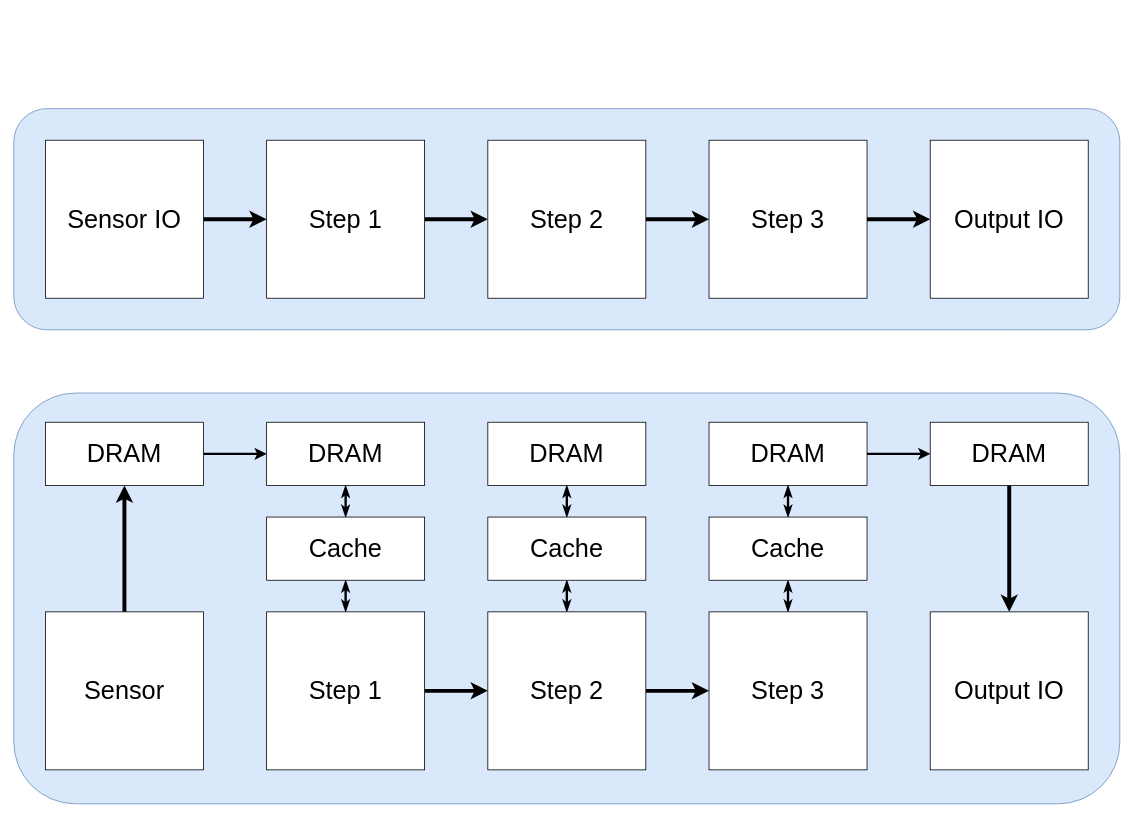
snider-lab-msu/figures keeps this draw.io diagram as latencyPipelines.drawio. Above is the earlier version. Source tidied: cells renumbered, new cells numbered last; positions are measured from the earlier drawing's top-left corner, leaving out a move shared by most shapes. Both pictures are drawn from the tidied source at 79%, with x=0, y=0 at pixel (13, 108).
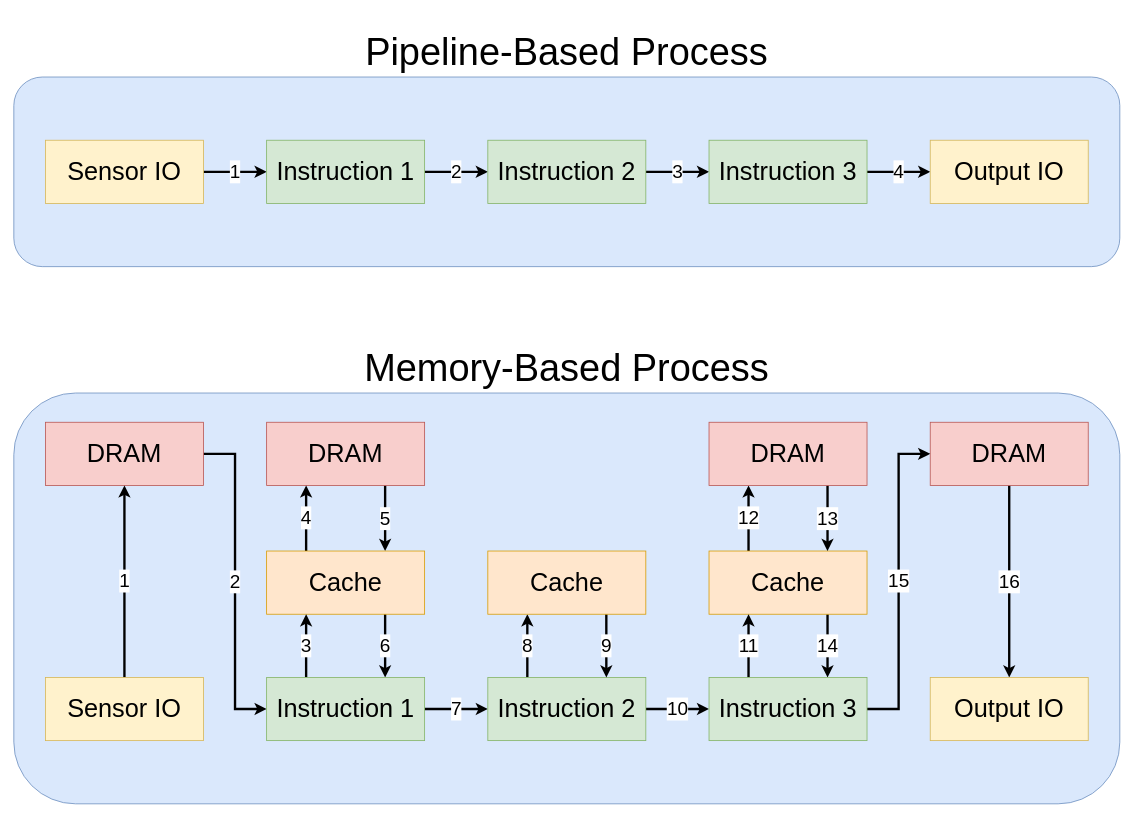
The same diagram, later.

Commit message:
added colors and longer paths

The edit, as a diff of the source:
```diff
@@
     <mxCell id="3" style="rounded=1;whiteSpace=wrap;html=1;roundedPerimeter=1;fillColor=#dae8fc;strokeColor=#6c8ebf;" parent="1" vertex="1">
-      <mxGeometry width="1400" height="280" as="geometry" />
+      <mxGeometry y="-40" width="1400" height="240" as="geometry" />
     </mxCell>
-    <mxCell id="4" style="edgeStyle=orthogonalEdgeStyle;rounded=0;jettySize=auto;html=1;exitX=1;exitY=0.5;exitDx=0;exitDy=0;entryX=0;entryY=0.5;entryDx=0;entryDy=0;defaultLabelBackgroundColor=page;labelPadding=0 4;strokeWidth=5;" parent="1" edge="1" source="5" target="7">
-      <mxGeometry relative="1" as="geometry" />
-    </mxCell>
-    <mxCell id="5" value="Step 1" style="rounded=0;whiteSpace=wrap;html=1;fontSize=32;" parent="1" vertex="1">
-      <mxGeometry x="320" y="40" width="200" height="200" as="geometry" />
-    </mxCell>
-    <mxCell id="6" style="edgeStyle=orthogonalEdgeStyle;rounded=0;jettySize=auto;html=1;exitX=1;exitY=0.5;exitDx=0;exitDy=0;entryX=0;entryY=0.5;entryDx=0;entryDy=0;defaultLabelBackgroundColor=page;labelPadding=0 4;strokeWidth=5;" parent="1" edge="1" source="7" target="9">
-      <mxGeometry relative="1" as="geometry" />
-    </mxCell>
-    <mxCell id="7" value="Step 2" style="rounded=0;whiteSpace=wrap;html=1;fontSize=32;" parent="1" vertex="1">
-      <mxGeometry x="600" y="40" width="200" height="200" as="geometry" />
-    </mxCell>
-    <mxCell id="8" style="edgeStyle=orthogonalEdgeStyle;rounded=0;jettySize=auto;html=1;exitX=1;exitY=0.5;exitDx=0;exitDy=0;entryX=0;entryY=0.5;entryDx=0;entryDy=0;defaultLabelBackgroundColor=page;labelPadding=0 4;strokeWidth=5;" parent="1" edge="1" source="9" target="10">
-      <mxGeometry relative="1" as="geometry" />
-    </mxCell>
-    <mxCell id="9" value="Step 3" style="rounded=0;whiteSpace=wrap;html=1;fontSize=32;" parent="1" vertex="1">
-      <mxGeometry x="880" y="40" width="200" height="200" as="geometry" />
-    </mxCell>
-    <mxCell id="10" value="Output IO" style="rounded=0;whiteSpace=wrap;html=1;fontSize=32;" parent="1" vertex="1">
-      <mxGeometry x="1160" y="40" width="200" height="200" as="geometry" />
-    </mxCell>
-    <mxCell id="11" style="edgeStyle=orthogonalEdgeStyle;rounded=0;jettySize=auto;html=1;exitX=1;exitY=0.5;exitDx=0;exitDy=0;entryX=0;entryY=0.5;entryDx=0;entryDy=0;defaultLabelBackgroundColor=page;labelPadding=0 4;strokeWidth=5;" parent="1" edge="1" source="12" target="5">
-      <mxGeometry relative="1" as="geometry" />
-    </mxCell>
-    <mxCell id="12" value="Sensor IO" style="rounded=0;whiteSpace=wrap;html=1;fontSize=32;" parent="1" vertex="1">
-      <mxGeometry x="40" y="40" width="200" height="200" as="geometry" />
-    </mxCell>
-    <mxCell id="13" style="edgeStyle=orthogonalEdgeStyle;rounded=0;jettySize=auto;html=1;exitX=0.5;exitY=0;exitDx=0;exitDy=0;entryX=0.5;entryY=1;entryDx=0;entryDy=0;defaultLabelBackgroundColor=page;labelPadding=0 4;strokeWidth=3;endArrow=classicThin;endFill=1;startArrow=classicThin;startFill=1;" parent="1" edge="1" source="15" target="22">
-      <mxGeometry relative="1" as="geometry" />
-    </mxCell>
-    <mxCell id="14" style="edgeStyle=orthogonalEdgeStyle;rounded=0;jettySize=auto;html=1;exitX=1;exitY=0.5;exitDx=0;exitDy=0;entryX=0;entryY=0.5;entryDx=0;entryDy=0;defaultLabelBackgroundColor=page;labelPadding=0 4;strokeWidth=5;" parent="1" edge="1" source="15" target="18">
-      <mxGeometry relative="1" as="geometry" />
-    </mxCell>
-    <mxCell id="15" value="Step 1" style="rounded=0;whiteSpace=wrap;html=1;fontSize=32;" parent="1" vertex="1">
-      <mxGeometry x="320" y="637" width="200" height="200" as="geometry" />
-    </mxCell>
-    <mxCell id="16" style="edgeStyle=orthogonalEdgeStyle;rounded=0;jettySize=auto;html=1;exitX=1;exitY=0.5;exitDx=0;exitDy=0;entryX=0;entryY=0.5;entryDx=0;entryDy=0;defaultLabelBackgroundColor=page;labelPadding=0 4;strokeWidth=5;" parent="1" edge="1" source="18" target="27">
-      <mxGeometry relative="1" as="geometry" />
-    </mxCell>
-    <mxCell id="17" style="edgeStyle=orthogonalEdgeStyle;rounded=0;jettySize=auto;html=1;exitX=0.5;exitY=0;exitDx=0;exitDy=0;entryX=0.5;entryY=1;entryDx=0;entryDy=0;defaultLabelBackgroundColor=page;labelPadding=0 4;strokeWidth=3;endArrow=classicThin;endFill=1;startArrow=classicThin;startFill=1;" parent="1" edge="1" source="18" target="25">
-      <mxGeometry relative="1" as="geometry" />
-    </mxCell>
-    <mxCell id="18" value="Step 2" style="rounded=0;whiteSpace=wrap;html=1;fontSize=32;" parent="1" vertex="1">
-      <mxGeometry x="600" y="637" width="200" height="200" as="geometry" />
-    </mxCell>
-    <mxCell id="19" style="edgeStyle=orthogonalEdgeStyle;rounded=0;jettySize=auto;html=1;exitX=0.5;exitY=0;exitDx=0;exitDy=0;entryX=0.5;entryY=1;entryDx=0;entryDy=0;defaultLabelBackgroundColor=page;labelPadding=0 4;strokeWidth=5;" parent="1" edge="1" source="20" target="37">
-      <mxGeometry relative="1" as="geometry" />
-    </mxCell>
-    <mxCell id="20" value="Sensor" style="rounded=0;whiteSpace=wrap;html=1;fontSize=32;" parent="1" vertex="1">
-      <mxGeometry x="40" y="637" width="200" height="200" as="geometry" />
-    </mxCell>
-    <mxCell id="21" style="edgeStyle=orthogonalEdgeStyle;rounded=0;jettySize=auto;html=1;exitX=0.5;exitY=0;exitDx=0;exitDy=0;entryX=0.5;entryY=1;entryDx=0;entryDy=0;defaultLabelBackgroundColor=page;labelPadding=0 4;strokeWidth=3;endArrow=classicThin;endFill=1;startArrow=classicThin;startFill=1;" parent="1" edge="1" source="22" target="23">
-      <mxGeometry relative="1" as="geometry" />
-    </mxCell>
+    <mxCell id="38" value="5" style="edgeStyle=orthogonalEdgeStyle;rounded=0;jettySize=auto;html=1;exitX=0.75;exitY=1;exitDx=0;exitDy=0;entryX=0.75;entryY=0;entryDx=0;entryDy=0;defaultLabelBackgroundColor=page;labelPadding=0 4;strokeWidth=3;fontSize=24;" parent="1" edge="1" source="23" target="25">
+      <mxGeometry relative="1" as="geometry" />
+    </mxCell>
+    <mxCell id="23" value="DRAM" style="rounded=0;whiteSpace=wrap;html=1;fontSize=32;fillColor=#f8cecc;strokeColor=#b85450;" parent="1" vertex="1">
+      <mxGeometry x="320" y="397" width="200" height="80" as="geometry" />
+    </mxCell>
+    <mxCell id="39" value="4" style="edgeStyle=orthogonalEdgeStyle;rounded=0;jettySize=auto;html=1;exitX=0.25;exitY=0;exitDx=0;exitDy=0;entryX=0.25;entryY=1;entryDx=0;entryDy=0;defaultLabelBackgroundColor=page;labelPadding=0 4;strokeWidth=3;fontSize=24;" parent="1" edge="1" source="25" target="23">
+      <mxGeometry relative="1" as="geometry" />
+    </mxCell>
+    <mxCell id="40" value="6" style="edgeStyle=orthogonalEdgeStyle;rounded=0;jettySize=auto;html=1;exitX=0.75;exitY=1;exitDx=0;exitDy=0;entryX=0.75;entryY=0;entryDx=0;entryDy=0;defaultLabelBackgroundColor=page;labelPadding=0 4;strokeWidth=3;fontSize=24;" parent="1" edge="1" source="25" target="49">
+      <mxGeometry relative="1" as="geometry" />
+    </mxCell>
+    <mxCell id="25" value="Cache" style="rounded=0;whiteSpace=wrap;html=1;fontSize=32;fillColor=#ffe6cc;strokeColor=#d79b00;" parent="1" vertex="1">
+      <mxGeometry x="320" y="560" width="200" height="80" as="geometry" />
+    </mxCell>
+    <mxCell id="31" value="12" style="edgeStyle=orthogonalEdgeStyle;rounded=0;jettySize=auto;html=1;exitX=0.25;exitY=0;exitDx=0;exitDy=0;entryX=0.25;entryY=1;entryDx=0;entryDy=0;defaultLabelBackgroundColor=page;labelPadding=0 4;strokeWidth=3;fontSize=24;" parent="1" edge="1" source="32" target="34">
+      <mxGeometry relative="1" as="geometry" />
+    </mxCell>
+    <mxCell id="41" value="14" style="edgeStyle=orthogonalEdgeStyle;rounded=0;jettySize=auto;html=1;exitX=0.75;exitY=1;exitDx=0;exitDy=0;entryX=0.75;entryY=0;entryDx=0;entryDy=0;defaultLabelBackgroundColor=page;labelPadding=0 4;strokeWidth=3;fontSize=24;" parent="1" edge="1" source="32" target="55">
+      <mxGeometry relative="1" as="geometry" />
+    </mxCell>
+    <mxCell id="32" value="Cache" style="rounded=0;whiteSpace=wrap;html=1;fontSize=32;fillColor=#ffe6cc;strokeColor=#d79b00;" parent="1" vertex="1">
+      <mxGeometry x="880" y="560" width="200" height="80" as="geometry" />
+    </mxCell>
+    <mxCell id="42" value="13" style="edgeStyle=orthogonalEdgeStyle;rounded=0;jettySize=auto;html=1;exitX=0.75;exitY=1;exitDx=0;exitDy=0;entryX=0.75;entryY=0;entryDx=0;entryDy=0;defaultLabelBackgroundColor=page;labelPadding=0 4;strokeWidth=3;fontSize=24;" parent="1" edge="1" source="34" target="32">
+      <mxGeometry relative="1" as="geometry" />
+    </mxCell>
+    <mxCell id="34" value="DRAM" style="rounded=0;whiteSpace=wrap;html=1;fontSize=32;fillColor=#f8cecc;strokeColor=#b85450;" parent="1" vertex="1">
+      <mxGeometry x="880" y="397" width="200" height="80" as="geometry" />
+    </mxCell>
+    <mxCell id="43" value="16" style="edgeStyle=orthogonalEdgeStyle;rounded=0;jettySize=auto;html=1;exitX=0.5;exitY=1;exitDx=0;exitDy=0;entryX=0.5;entryY=0;entryDx=0;entryDy=0;defaultLabelBackgroundColor=page;labelPadding=0 4;strokeWidth=3;fontSize=24;" parent="1" edge="1" source="35" target="57">
+      <mxGeometry relative="1" as="geometry" />
+    </mxCell>
+    <mxCell id="35" value="DRAM" style="rounded=0;whiteSpace=wrap;html=1;fontSize=32;fillColor=#f8cecc;strokeColor=#b85450;" parent="1" vertex="1">
+      <mxGeometry x="1160" y="397" width="200" height="80" as="geometry" />
+    </mxCell>
+    <mxCell id="44" value="2" style="edgeStyle=orthogonalEdgeStyle;rounded=0;jettySize=auto;html=1;exitX=1;exitY=0.5;exitDx=0;exitDy=0;entryX=0;entryY=0.5;entryDx=0;entryDy=0;defaultLabelBackgroundColor=page;labelPadding=0 4;strokeWidth=3;fontSize=24;" parent="1" edge="1" source="37" target="49">
+      <mxGeometry relative="1" as="geometry" />
+    </mxCell>
+    <mxCell id="37" value="DRAM" style="rounded=0;whiteSpace=wrap;html=1;fontSize=32;fillColor=#f8cecc;strokeColor=#b85450;" parent="1" vertex="1">
+      <mxGeometry x="40" y="397" width="200" height="80" as="geometry" />
+    </mxCell>
+    <mxCell id="45" value="1" style="edgeStyle=orthogonalEdgeStyle;rounded=0;jettySize=auto;html=1;exitX=0.5;exitY=0;exitDx=0;exitDy=0;entryX=0.5;entryY=1;entryDx=0;entryDy=0;defaultLabelBackgroundColor=page;labelPadding=0 4;strokeWidth=3;fontSize=24;" parent="1" edge="1" source="46" target="37">
+      <mxGeometry relative="1" as="geometry" />
+    </mxCell>
+    <mxCell id="46" value="Sensor IO" style="rounded=0;whiteSpace=wrap;html=1;fontSize=32;fillColor=#fff2cc;strokeColor=#d6b656;" parent="1" vertex="1">
+      <mxGeometry x="40" y="720" width="200" height="80" as="geometry" />
+    </mxCell>
+    <mxCell id="47" value="3" style="edgeStyle=orthogonalEdgeStyle;rounded=0;jettySize=auto;html=1;exitX=0.25;exitY=0;exitDx=0;exitDy=0;entryX=0.25;entryY=1;entryDx=0;entryDy=0;defaultLabelBackgroundColor=page;labelPadding=0 4;strokeWidth=3;fontSize=24;" parent="1" edge="1" source="49" target="25">
+      <mxGeometry relative="1" as="geometry" />
+    </mxCell>
+    <mxCell id="48" value="7" style="edgeStyle=orthogonalEdgeStyle;rounded=0;jettySize=auto;html=1;exitX=1;exitY=0.5;exitDx=0;exitDy=0;entryX=0;entryY=0.5;entryDx=0;entryDy=0;defaultLabelBackgroundColor=page;labelPadding=0 4;strokeWidth=3;fontSize=24;" parent="1" edge="1" source="49" target="52">
+      <mxGeometry relative="1" as="geometry" />
+    </mxCell>
+    <mxCell id="49" value="Instruction 1" style="rounded=0;whiteSpace=wrap;html=1;fontSize=32;fillColor=#d5e8d4;strokeColor=#82b366;" parent="1" vertex="1">
+      <mxGeometry x="320" y="720" width="200" height="80" as="geometry" />
+    </mxCell>
+    <mxCell id="50" value="8" style="edgeStyle=orthogonalEdgeStyle;rounded=0;jettySize=auto;html=1;exitX=0.25;exitY=0;exitDx=0;exitDy=0;entryX=0.25;entryY=1;entryDx=0;entryDy=0;defaultLabelBackgroundColor=page;labelPadding=0 4;strokeWidth=3;fontSize=24;" parent="1" edge="1" source="52" target="22">
+      <mxGeometry relative="1" as="geometry" />
+    </mxCell>
+    <mxCell id="51" value="10" style="edgeStyle=orthogonalEdgeStyle;rounded=0;jettySize=auto;html=1;exitX=1;exitY=0.5;exitDx=0;exitDy=0;entryX=0;entryY=0.5;entryDx=0;entryDy=0;defaultLabelBackgroundColor=page;labelPadding=0 4;strokeWidth=3;fontSize=24;" parent="1" edge="1" source="52" target="55">
+      <mxGeometry relative="1" as="geometry" />
+    </mxCell>
+    <mxCell id="52" value="Instruction 2" style="rounded=0;whiteSpace=wrap;html=1;fontSize=32;fillColor=#d5e8d4;strokeColor=#82b366;" parent="1" vertex="1">
+      <mxGeometry x="600" y="720" width="200" height="80" as="geometry" />
+    </mxCell>
+    <mxCell id="53" value="11" style="edgeStyle=orthogonalEdgeStyle;rounded=0;jettySize=auto;html=1;exitX=0.25;exitY=0;exitDx=0;exitDy=0;entryX=0.25;entryY=1;entryDx=0;entryDy=0;defaultLabelBackgroundColor=page;labelPadding=0 4;strokeWidth=3;fontSize=24;" parent="1" edge="1" source="55" target="32">
+      <mxGeometry relative="1" as="geometry" />
+    </mxCell>
+    <mxCell id="54" value="15" style="edgeStyle=orthogonalEdgeStyle;rounded=0;jettySize=auto;html=1;exitX=1;exitY=0.5;exitDx=0;exitDy=0;entryX=0;entryY=0.5;entryDx=0;entryDy=0;defaultLabelBackgroundColor=page;labelPadding=0 4;strokeWidth=3;fontSize=24;" parent="1" edge="1" source="55" target="35">
+      <mxGeometry relative="1" as="geometry" />
+    </mxCell>
+    <mxCell id="55" value="Instruction 3" style="rounded=0;whiteSpace=wrap;html=1;fontSize=32;fillColor=#d5e8d4;strokeColor=#82b366;" parent="1" vertex="1">
+      <mxGeometry x="880" y="720" width="200" height="80" as="geometry" />
+    </mxCell>
+    <mxCell id="56" value="9" style="edgeStyle=orthogonalEdgeStyle;rounded=0;jettySize=auto;html=1;exitX=0.75;exitY=1;exitDx=0;exitDy=0;entryX=0.75;entryY=0;entryDx=0;entryDy=0;defaultLabelBackgroundColor=page;labelPadding=0 4;strokeWidth=3;fontSize=24;" parent="1" edge="1" source="22" target="52">
+      <mxGeometry relative="1" as="geometry" />
+    </mxCell>
-    <mxCell id="22" value="Cache" style="rounded=0;whiteSpace=wrap;html=1;fontSize=32;" parent="1" vertex="1">
-      <mxGeometry x="320" y="517" width="200" height="80" as="geometry" />
+    <mxCell id="22" value="Cache" style="rounded=0;whiteSpace=wrap;html=1;fontSize=32;fillColor=#ffe6cc;strokeColor=#d79b00;" parent="1" vertex="1">
+      <mxGeometry x="600" y="560" width="200" height="80" as="geometry" />
     </mxCell>
-    <mxCell id="23" value="DRAM" style="rounded=0;whiteSpace=wrap;html=1;fontSize=32;" parent="1" vertex="1">
-      <mxGeometry x="320" y="397" width="200" height="80" as="geometry" />
-    </mxCell>
-    <mxCell id="24" style="edgeStyle=orthogonalEdgeStyle;rounded=0;jettySize=auto;html=1;exitX=0.5;exitY=0;exitDx=0;exitDy=0;defaultLabelBackgroundColor=page;labelPadding=0 4;strokeWidth=3;endArrow=classicThin;endFill=1;startArrow=classicThin;startFill=1;entryX=0.5;entryY=1;entryDx=0;entryDy=0;" parent="1" edge="1" source="25" target="30">
-      <mxGeometry relative="1" as="geometry" />
-    </mxCell>
-    <mxCell id="25" value="Cache" style="rounded=0;whiteSpace=wrap;html=1;fontSize=32;" parent="1" vertex="1">
-      <mxGeometry x="600" y="517" width="200" height="80" as="geometry" />
-    </mxCell>
-    <mxCell id="26" style="edgeStyle=orthogonalEdgeStyle;rounded=0;jettySize=auto;html=1;exitX=0.5;exitY=0;exitDx=0;exitDy=0;entryX=0.5;entryY=1;entryDx=0;entryDy=0;defaultLabelBackgroundColor=page;labelPadding=0 4;strokeWidth=3;endArrow=classicThin;endFill=1;startArrow=classicThin;startFill=1;" parent="1" edge="1" source="27" target="32">
-      <mxGeometry relative="1" as="geometry" />
-    </mxCell>
-    <mxCell id="27" value="Step 3" style="rounded=0;whiteSpace=wrap;html=1;fontSize=32;" parent="1" vertex="1">
-      <mxGeometry x="880" y="637" width="200" height="200" as="geometry" />
-    </mxCell>
-    <mxCell id="28" style="edgeStyle=orthogonalEdgeStyle;rounded=0;jettySize=auto;html=1;exitX=0.5;exitY=0;exitDx=0;exitDy=0;entryX=0.5;entryY=1;entryDx=0;entryDy=0;defaultLabelBackgroundColor=page;labelPadding=0 4;strokeWidth=5;startArrow=classic;startFill=1;endArrow=none;endFill=0;" parent="1" edge="1" source="29" target="35">
-      <mxGeometry relative="1" as="geometry" />
-    </mxCell>
-    <mxCell id="29" value="Output IO" style="rounded=0;whiteSpace=wrap;html=1;fontSize=32;" parent="1" vertex="1">
-      <mxGeometry x="1160" y="637" width="200" height="200" as="geometry" />
-    </mxCell>
-    <mxCell id="30" value="DRAM" style="rounded=0;whiteSpace=wrap;html=1;fontSize=32;" parent="1" vertex="1">
-      <mxGeometry x="600" y="397" width="200" height="80" as="geometry" />
-    </mxCell>
-    <mxCell id="31" style="edgeStyle=orthogonalEdgeStyle;rounded=0;jettySize=auto;html=1;exitX=0.5;exitY=0;exitDx=0;exitDy=0;entryX=0.5;entryY=1;entryDx=0;entryDy=0;defaultLabelBackgroundColor=page;labelPadding=0 4;strokeWidth=3;endArrow=classicThin;endFill=1;startArrow=classicThin;startFill=1;" parent="1" edge="1" source="32" target="34">
-      <mxGeometry relative="1" as="geometry" />
-    </mxCell>
-    <mxCell id="32" value="Cache" style="rounded=0;whiteSpace=wrap;html=1;fontSize=32;" parent="1" vertex="1">
-      <mxGeometry x="880" y="517" width="200" height="80" as="geometry" />
-    </mxCell>
-    <mxCell id="33" style="edgeStyle=orthogonalEdgeStyle;rounded=0;jettySize=auto;html=1;entryX=0;entryY=0.5;entryDx=0;entryDy=0;defaultLabelBackgroundColor=page;labelPadding=0 4;strokeWidth=3;" parent="1" edge="1" source="34" target="35">
-      <mxGeometry relative="1" as="geometry" />
-    </mxCell>
-    <mxCell id="34" value="DRAM" style="rounded=0;whiteSpace=wrap;html=1;fontSize=32;" parent="1" vertex="1">
-      <mxGeometry x="880" y="397" width="200" height="80" as="geometry" />
-    </mxCell>
-    <mxCell id="35" value="DRAM" style="rounded=0;whiteSpace=wrap;html=1;fontSize=32;" parent="1" vertex="1">
-      <mxGeometry x="1160" y="397" width="200" height="80" as="geometry" />
-    </mxCell>
-    <mxCell id="36" style="edgeStyle=orthogonalEdgeStyle;rounded=0;jettySize=auto;html=1;exitX=1;exitY=0.5;exitDx=0;exitDy=0;entryX=0;entryY=0.5;entryDx=0;entryDy=0;defaultLabelBackgroundColor=page;labelPadding=0 4;strokeWidth=3;" parent="1" edge="1" source="37" target="23">
-      <mxGeometry relative="1" as="geometry" />
-    </mxCell>
-    <mxCell id="37" value="DRAM" style="rounded=0;whiteSpace=wrap;html=1;fontSize=32;" parent="1" vertex="1">
-      <mxGeometry x="40" y="397" width="200" height="80" as="geometry" />
-    </mxCell>
+    <mxCell id="57" value="Output IO" style="rounded=0;whiteSpace=wrap;html=1;fontSize=32;fillColor=#fff2cc;strokeColor=#d6b656;" parent="1" vertex="1">
+      <mxGeometry x="1160" y="720" width="200" height="80" as="geometry" />
+    </mxCell>
+    <mxCell id="58" value="1" style="edgeStyle=orthogonalEdgeStyle;rounded=0;jettySize=auto;html=1;exitX=1;exitY=0.5;exitDx=0;exitDy=0;entryX=0;entryY=0.5;entryDx=0;entryDy=0;defaultLabelBackgroundColor=page;labelPadding=0 4;strokeWidth=3;fontSize=24;" parent="1" edge="1" source="59" target="61">
+      <mxGeometry relative="1" as="geometry" />
+    </mxCell>
+    <mxCell id="59" value="Sensor IO" style="rounded=0;whiteSpace=wrap;html=1;fontSize=32;fillColor=#fff2cc;strokeColor=#d6b656;" parent="1" vertex="1">
+      <mxGeometry x="40" y="40" width="200" height="80" as="geometry" />
+    </mxCell>
+    <mxCell id="60" value="2" style="edgeStyle=orthogonalEdgeStyle;rounded=0;jettySize=auto;html=1;exitX=1;exitY=0.5;exitDx=0;exitDy=0;entryX=0;entryY=0.5;entryDx=0;entryDy=0;defaultLabelBackgroundColor=page;labelPadding=0 4;strokeWidth=3;fontSize=24;" parent="1" edge="1" source="61" target="63">
+      <mxGeometry relative="1" as="geometry" />
+    </mxCell>
+    <mxCell id="61" value="Instruction 1" style="rounded=0;whiteSpace=wrap;html=1;fontSize=32;fillColor=#d5e8d4;strokeColor=#82b366;" parent="1" vertex="1">
+      <mxGeometry x="320" y="40" width="200" height="80" as="geometry" />
+    </mxCell>
+    <mxCell id="62" value="3" style="edgeStyle=orthogonalEdgeStyle;rounded=0;jettySize=auto;html=1;exitX=1;exitY=0.5;exitDx=0;exitDy=0;entryX=0;entryY=0.5;entryDx=0;entryDy=0;defaultLabelBackgroundColor=page;labelPadding=0 4;strokeWidth=3;fontSize=24;" parent="1" edge="1" source="63" target="65">
+      <mxGeometry relative="1" as="geometry" />
+    </mxCell>
+    <mxCell id="63" value="Instruction 2" style="rounded=0;whiteSpace=wrap;html=1;fontSize=32;fillColor=#d5e8d4;strokeColor=#82b366;" parent="1" vertex="1">
+      <mxGeometry x="600" y="40" width="200" height="80" as="geometry" />
+    </mxCell>
+    <mxCell id="64" value="4" style="edgeStyle=orthogonalEdgeStyle;rounded=0;jettySize=auto;html=1;exitX=1;exitY=0.5;exitDx=0;exitDy=0;entryX=0;entryY=0.5;entryDx=0;entryDy=0;defaultLabelBackgroundColor=page;labelPadding=0 4;strokeWidth=3;fontSize=24;" parent="1" edge="1" source="65" target="66">
+      <mxGeometry relative="1" as="geometry" />
+    </mxCell>
+    <mxCell id="65" value="Instruction 3" style="rounded=0;whiteSpace=wrap;html=1;fontSize=32;fillColor=#d5e8d4;strokeColor=#82b366;" parent="1" vertex="1">
+      <mxGeometry x="880" y="40" width="200" height="80" as="geometry" />
+    </mxCell>
+    <mxCell id="66" value="Output IO" style="rounded=0;whiteSpace=wrap;html=1;fontSize=32;fillColor=#fff2cc;strokeColor=#d6b656;" parent="1" vertex="1">
+      <mxGeometry x="1160" y="40" width="200" height="80" as="geometry" />
+    </mxCell>
+    <mxCell id="67" value="Memory-Based Process" style="text;html=1;whiteSpace=wrap;strokeColor=none;fillColor=none;align=center;verticalAlign=bottom;rounded=0;fontSize=48;" parent="1" vertex="1">
+      <mxGeometry x="80" y="280" width="1240" height="80" as="geometry" />
+    </mxCell>
+    <mxCell id="68" value="Pipeline-Based Process" style="text;html=1;whiteSpace=wrap;strokeColor=none;fillColor=none;align=center;verticalAlign=bottom;rounded=0;fontSize=48;" parent="1" vertex="1">
+      <mxGeometry x="80" y="-120" width="1240" height="80" as="geometry" />
+    </mxCell>
```
